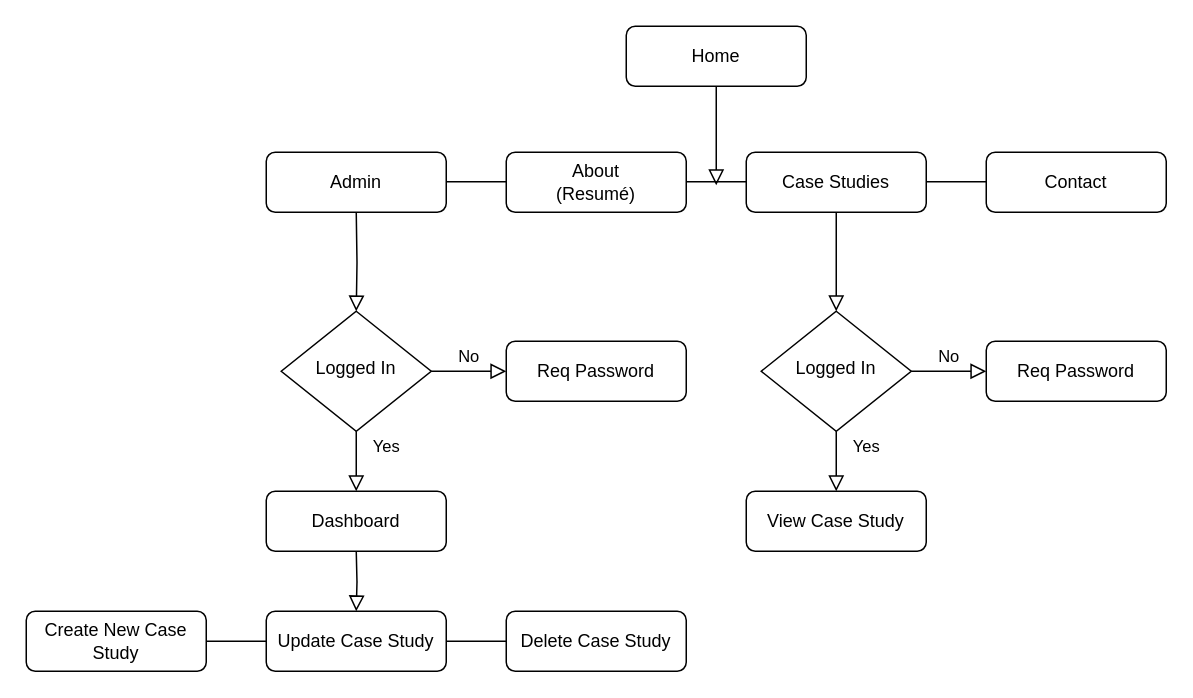
ewright1585/case-study-portfolio keeps this draw.io diagram as styles/Untitled Diagram.drawio. Above is the earlier version. Source tidied: cells renumbered, new cells numbered last; positions are measured from the earlier drawing's top-left corner, leaving out a move shared by most shapes. Both pictures are drawn from the tidied source at 150%, with x=0, y=0 at pixel (26, 26).
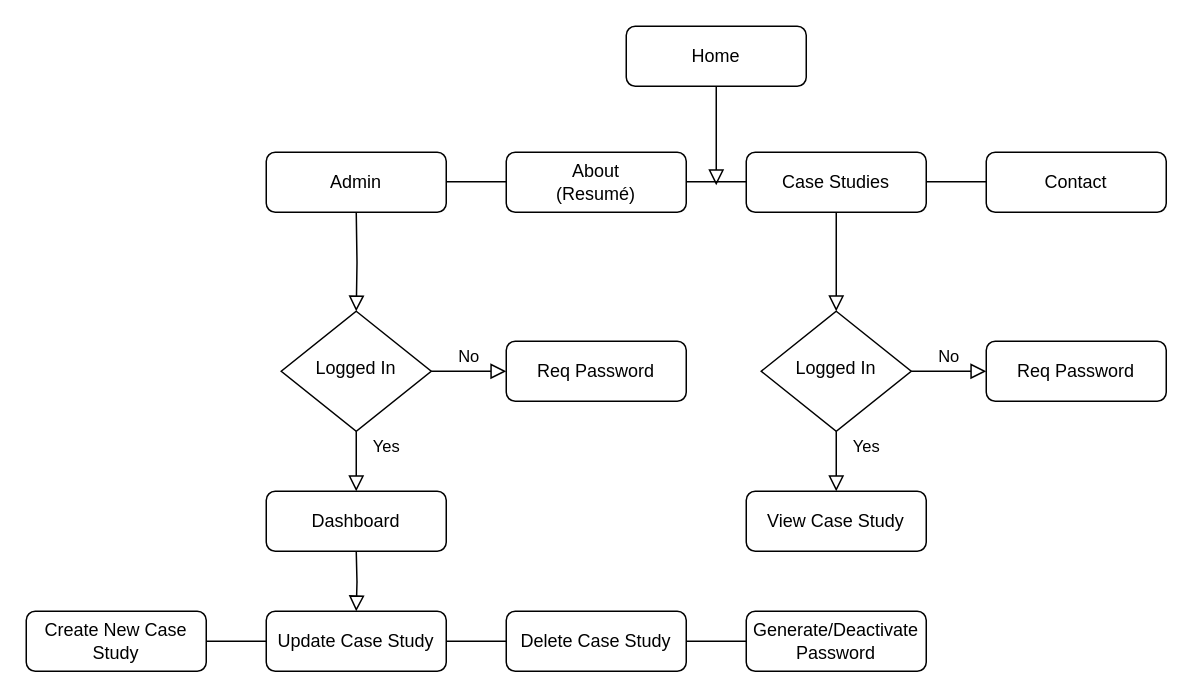
Above is the later version.

Commit message:
gen/deactivate pw

The edit, as a diff of the source:
```diff
@@
+    <mxCell id="29" style="endArrow=none;html=1;rounded=0;" parent="1" edge="1">
+      <mxGeometry relative="1" as="geometry">
+        <mxPoint x="440" y="410" as="sourcePoint" />
+        <mxPoint x="480" y="410" as="targetPoint" />
+      </mxGeometry>
+    </mxCell>
+    <mxCell id="30" value="Generate/Deactivate Password" style="rounded=1;whiteSpace=wrap;html=1;fontSize=12;glass=0;strokeWidth=1;shadow=0;" parent="1" vertex="1">
+      <mxGeometry x="480" y="390" width="120" height="40" as="geometry" />
+    </mxCell>
```
